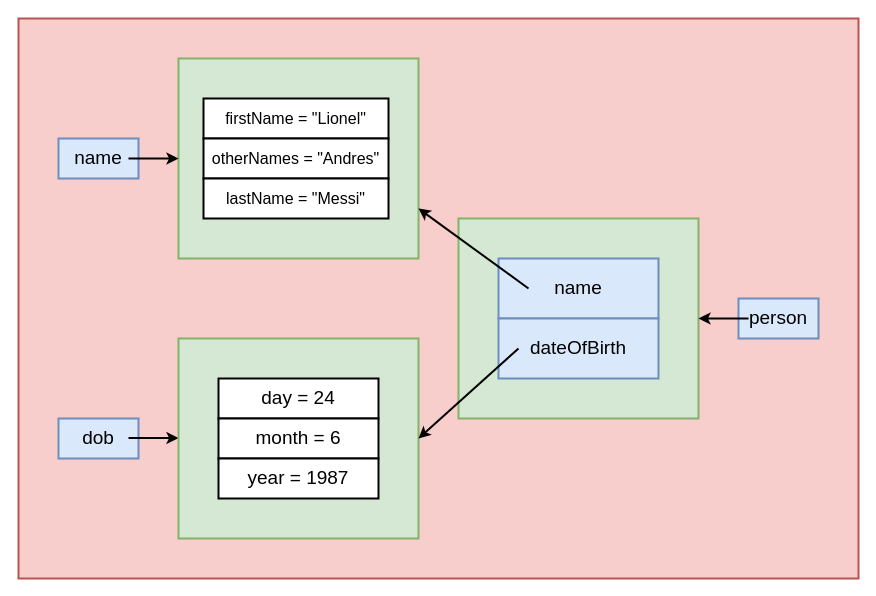
Above: playerNameDOB.drawio in gaurav1780/drawdotio (draw.io), before the change. Source tidied: cells renumbered, new cells numbered last; positions are measured from the earlier drawing's top-left corner, leaving out a move shared by most shapes. Both pictures are drawn from the tidied source at 100%, with x=0, y=0 at pixel (18, 18).
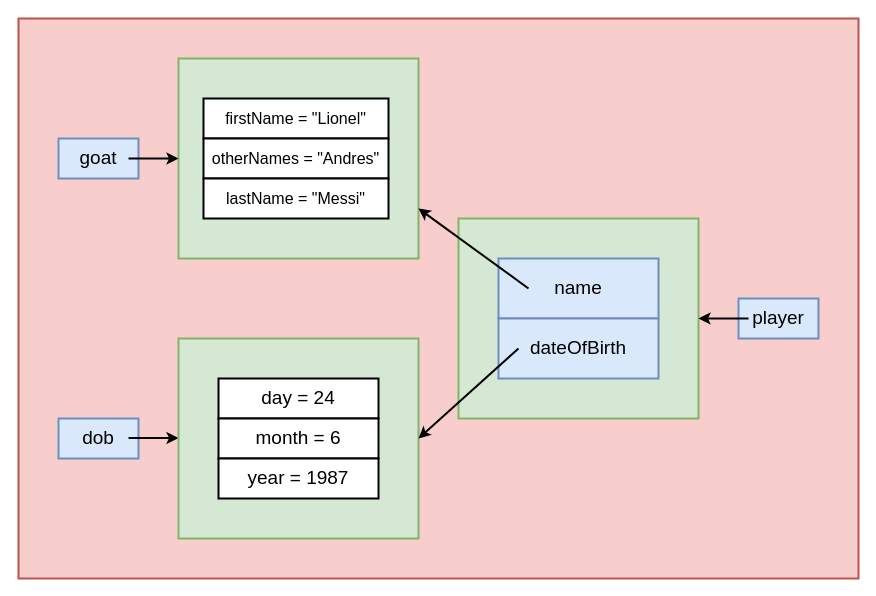
Above is the later version.

The edit, as a diff of the source:
```diff
@@
-    <mxCell id="3" value="person" style="rounded=0;whiteSpace=wrap;html=1;fillColor=#dae8fc;strokeColor=#6c8ebf;strokeWidth=2;fontSize=19;" parent="1" vertex="1">
+    <mxCell id="3" value="player" style="rounded=0;whiteSpace=wrap;html=1;fillColor=#dae8fc;strokeColor=#6c8ebf;strokeWidth=2;fontSize=19;" parent="1" vertex="1">
       <mxGeometry x="720" y="280" width="80" height="40" as="geometry" />
     </mxCell>
@@
-    <mxCell id="5" value="name" style="rounded=0;whiteSpace=wrap;html=1;fillColor=#dae8fc;strokeColor=#6c8ebf;strokeWidth=2;fontSize=19;" parent="1" vertex="1">
+    <mxCell id="5" value="goat" style="rounded=0;whiteSpace=wrap;html=1;fillColor=#dae8fc;strokeColor=#6c8ebf;strokeWidth=2;fontSize=19;" parent="1" vertex="1">
       <mxGeometry x="40" y="120" width="80" height="40" as="geometry" />
     </mxCell>
```
